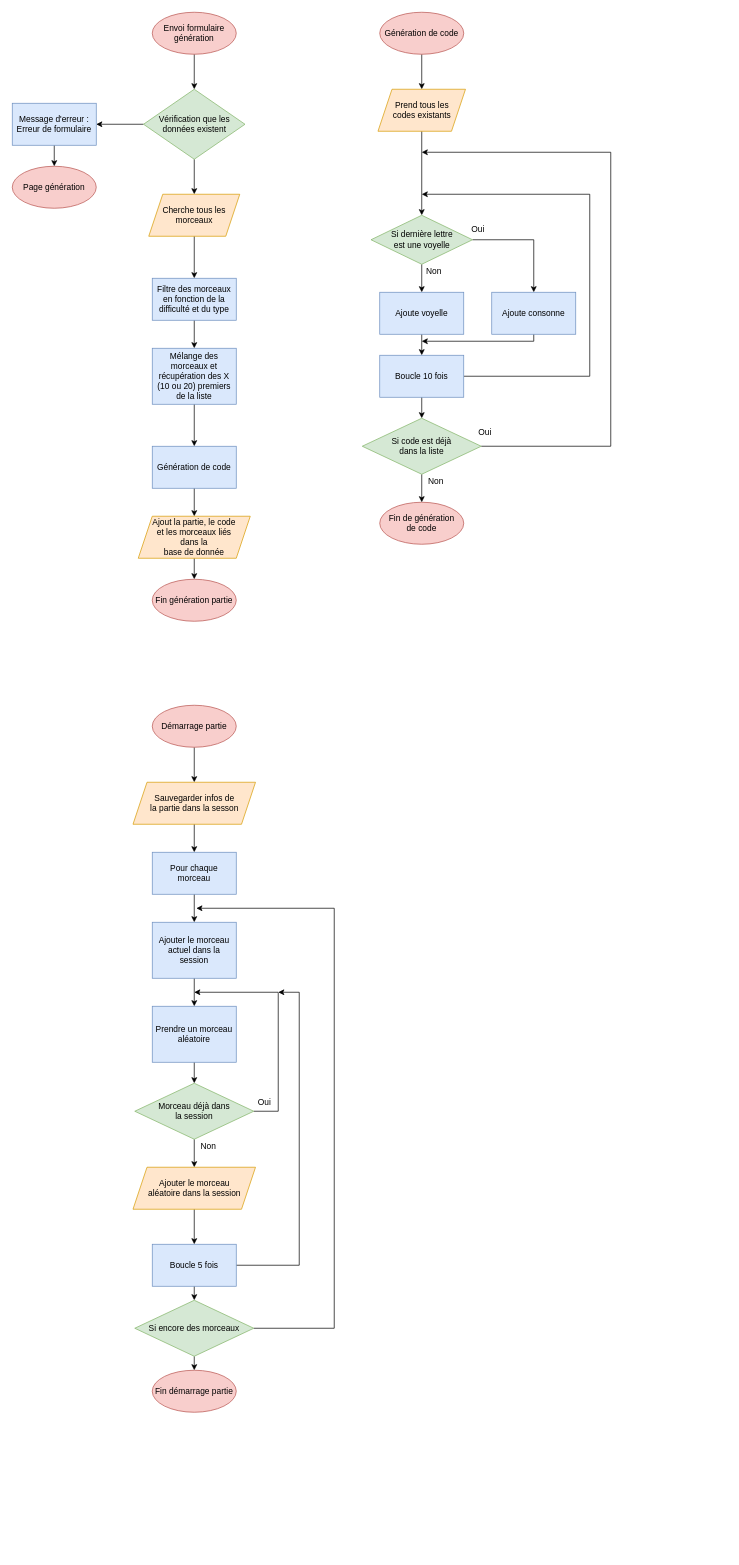
Above: Documents/Diagramme_flux.drawio in Jerome-JJT/SuperBlinder (draw.io), before the change. Source tidied: cells renumbered, new cells numbered last; positions are measured from the earlier drawing's top-left corner, leaving out a move shared by most shapes. Both pictures are drawn from the tidied source at 70%, with x=0, y=0 at pixel (12, 12).
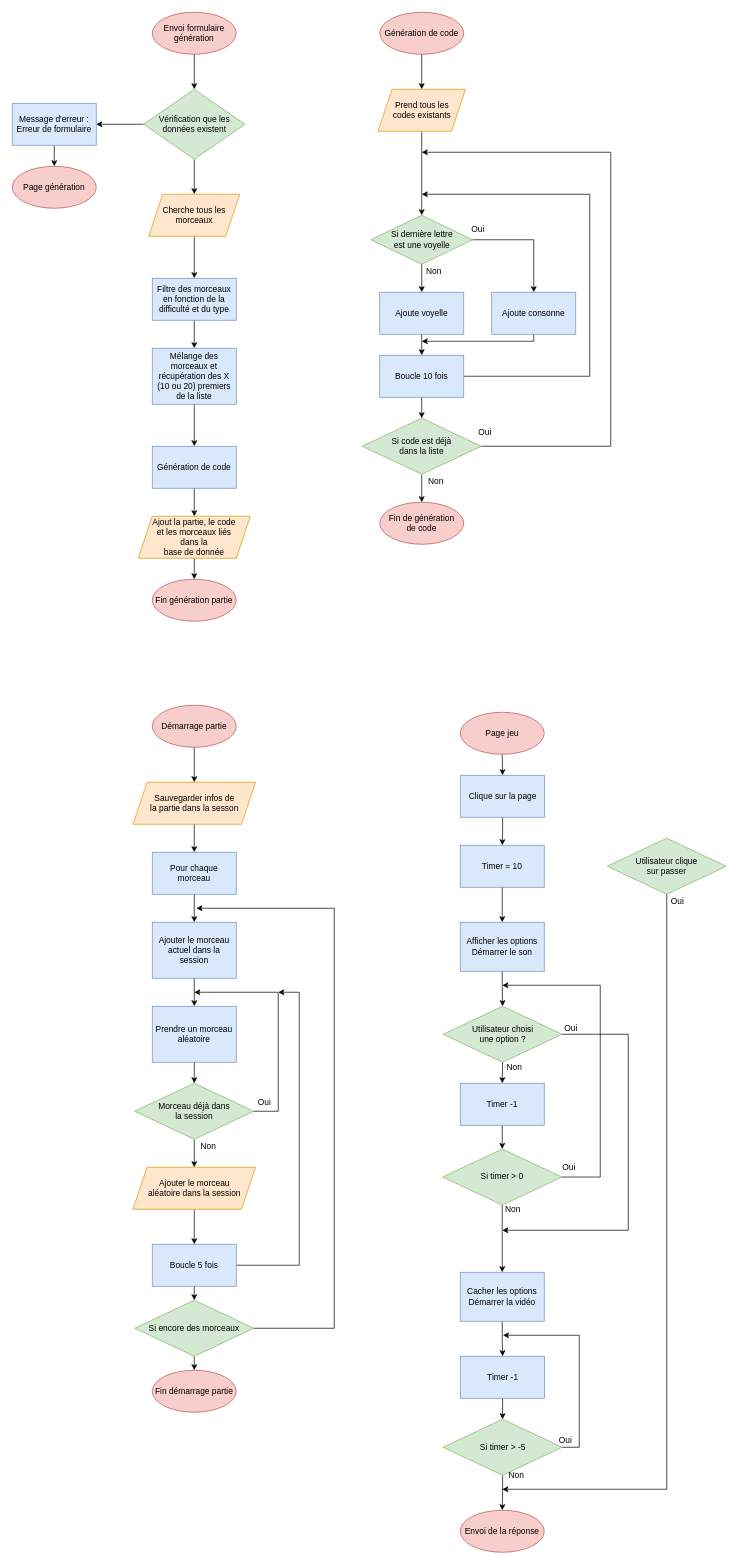
Above is the later version.

Diff of the diagram source:
```diff
@@
+    <mxCell id="67" style="edgeStyle=orthogonalEdgeStyle;rounded=0;jettySize=auto;html=1;exitX=0.5;exitY=1;exitDx=0;exitDy=0;entryX=0.5;entryY=0;entryDx=0;entryDy=0;" parent="1" edge="1" source="68" target="70">
+      <mxGeometry relative="1" as="geometry" />
+    </mxCell>
+    <mxCell id="68" value="Page jeu" style="ellipse;whiteSpace=wrap;html=1;fillColor=#f8cecc;strokeColor=#b85450;" parent="1" vertex="1">
+      <mxGeometry x="640" y="1000" width="120" height="60" as="geometry" />
+    </mxCell>
+    <mxCell id="69" style="edgeStyle=orthogonalEdgeStyle;rounded=0;jettySize=auto;html=1;exitX=0.5;exitY=1;exitDx=0;exitDy=0;entryX=0.5;entryY=0;entryDx=0;entryDy=0;" parent="1" edge="1" source="70" target="72">
+      <mxGeometry relative="1" as="geometry" />
+    </mxCell>
+    <mxCell id="70" value="Clique sur la page" style="rounded=0;whiteSpace=wrap;html=1;fillColor=#dae8fc;strokeColor=#6c8ebf;" parent="1" vertex="1">
+      <mxGeometry x="640.5" y="1090" width="120" height="60" as="geometry" />
+    </mxCell>
+    <mxCell id="71" style="edgeStyle=orthogonalEdgeStyle;rounded=0;jettySize=auto;html=1;exitX=0.5;exitY=1;exitDx=0;exitDy=0;entryX=0.5;entryY=0;entryDx=0;entryDy=0;" parent="1" edge="1" source="72" target="77">
+      <mxGeometry relative="1" as="geometry" />
+    </mxCell>
+    <mxCell id="72" value="Timer = 10" style="rounded=0;whiteSpace=wrap;html=1;fillColor=#dae8fc;strokeColor=#6c8ebf;" parent="1" vertex="1">
+      <mxGeometry x="640" y="1190" width="120" height="60" as="geometry" />
+    </mxCell>
+    <mxCell id="73" value="Envoi de la réponse" style="ellipse;whiteSpace=wrap;html=1;fillColor=#f8cecc;strokeColor=#b85450;" parent="1" vertex="1">
+      <mxGeometry x="640" y="2140" width="120" height="60" as="geometry" />
+    </mxCell>
+    <mxCell id="74" style="edgeStyle=orthogonalEdgeStyle;rounded=0;jettySize=auto;html=1;exitX=0.5;exitY=1;exitDx=0;exitDy=0;entryX=0.5;entryY=0;entryDx=0;entryDy=0;" parent="1" edge="1" source="75" target="83">
+      <mxGeometry relative="1" as="geometry" />
+    </mxCell>
+    <mxCell id="75" value="Timer -1" style="rounded=0;whiteSpace=wrap;html=1;fillColor=#dae8fc;strokeColor=#6c8ebf;" parent="1" vertex="1">
+      <mxGeometry x="640" y="1530" width="120" height="60" as="geometry" />
+    </mxCell>
+    <mxCell id="76" style="edgeStyle=orthogonalEdgeStyle;rounded=0;jettySize=auto;html=1;exitX=0.5;exitY=1;exitDx=0;exitDy=0;entryX=0.5;entryY=0;entryDx=0;entryDy=0;" parent="1" edge="1" source="77" target="80">
+      <mxGeometry relative="1" as="geometry" />
+    </mxCell>
+    <mxCell id="77" value="&lt;div&gt;Afficher les options&lt;/div&gt;&lt;div&gt;Démarrer le son&lt;br&gt;&lt;/div&gt;" style="rounded=0;whiteSpace=wrap;html=1;fillColor=#dae8fc;strokeColor=#6c8ebf;" parent="1" vertex="1">
+      <mxGeometry x="640" y="1300" width="120" height="70" as="geometry" />
+    </mxCell>
+    <mxCell id="78" style="edgeStyle=orthogonalEdgeStyle;rounded=0;jettySize=auto;html=1;exitX=0.5;exitY=1;exitDx=0;exitDy=0;entryX=0.5;entryY=0;entryDx=0;entryDy=0;" parent="1" edge="1" source="80" target="75">
+      <mxGeometry relative="1" as="geometry" />
+    </mxCell>
+    <mxCell id="79" style="edgeStyle=orthogonalEdgeStyle;rounded=0;jettySize=auto;html=1;exitX=1;exitY=0.5;exitDx=0;exitDy=0;" parent="1" edge="1" source="80">
+      <mxGeometry relative="1" as="geometry">
+        <mxPoint x="700" y="1740" as="targetPoint" />
+        <Array as="points">
+          <mxPoint x="880" y="1460" />
+          <mxPoint x="880" y="1740" />
+        </Array>
+      </mxGeometry>
+    </mxCell>
+    <mxCell id="80" value="&lt;div&gt;Utilisateur choisi &lt;br&gt;&lt;/div&gt;&lt;div&gt;une option ?&lt;br&gt;&lt;/div&gt;" style="rhombus;whiteSpace=wrap;html=1;fillColor=#d5e8d4;strokeColor=#82b366;" parent="1" vertex="1">
+      <mxGeometry x="615.5" y="1420" width="170" height="80" as="geometry" />
+    </mxCell>
+    <mxCell id="81" style="edgeStyle=orthogonalEdgeStyle;rounded=0;jettySize=auto;html=1;exitX=1;exitY=0.5;exitDx=0;exitDy=0;" parent="1" edge="1" source="83">
+      <mxGeometry relative="1" as="geometry">
+        <mxPoint x="700" y="1390" as="targetPoint" />
+        <Array as="points">
+          <mxPoint x="840" y="1664" />
+          <mxPoint x="840" y="1390" />
+        </Array>
+      </mxGeometry>
+    </mxCell>
+    <mxCell id="82" style="edgeStyle=orthogonalEdgeStyle;rounded=0;jettySize=auto;html=1;exitX=0.5;exitY=1;exitDx=0;exitDy=0;entryX=0.5;entryY=0;entryDx=0;entryDy=0;" parent="1" edge="1" source="83" target="94">
+      <mxGeometry relative="1" as="geometry" />
+    </mxCell>
+    <mxCell id="83" value="Si timer &amp;gt; 0" style="rhombus;whiteSpace=wrap;html=1;fillColor=#d5e8d4;strokeColor=#82b366;" parent="1" vertex="1">
+      <mxGeometry x="615" y="1624" width="170" height="80" as="geometry" />
+    </mxCell>
+    <mxCell id="84" value="Oui" style="text;html=1;align=center;verticalAlign=middle;strokeColor=none;" parent="1" vertex="1">
+      <mxGeometry x="783" y="1442" width="30" height="20" as="geometry" />
+    </mxCell>
+    <mxCell id="85" value="Non" style="text;html=1;align=center;verticalAlign=middle;strokeColor=none;" parent="1" vertex="1">
+      <mxGeometry x="697" y="1497" width="40" height="20" as="geometry" />
+    </mxCell>
+    <mxCell id="86" value="Oui" style="text;html=1;align=center;verticalAlign=middle;strokeColor=none;" parent="1" vertex="1">
+      <mxGeometry x="780" y="1640" width="30" height="20" as="geometry" />
+    </mxCell>
+    <mxCell id="87" value="Non" style="text;html=1;align=center;verticalAlign=middle;strokeColor=none;" parent="1" vertex="1">
+      <mxGeometry x="695" y="1701" width="40" height="20" as="geometry" />
+    </mxCell>
+    <mxCell id="88" style="edgeStyle=orthogonalEdgeStyle;rounded=0;jettySize=auto;html=1;exitX=1;exitY=0.5;exitDx=0;exitDy=0;" parent="1" edge="1" source="90">
+      <mxGeometry relative="1" as="geometry">
+        <mxPoint x="701" y="1890" as="targetPoint" />
+        <Array as="points">
+          <mxPoint x="810" y="2050" />
+          <mxPoint x="810" y="1890" />
+        </Array>
+      </mxGeometry>
+    </mxCell>
+    <mxCell id="89" style="edgeStyle=orthogonalEdgeStyle;rounded=0;jettySize=auto;html=1;exitX=0.5;exitY=1;exitDx=0;exitDy=0;entryX=0.5;entryY=0;entryDx=0;entryDy=0;" parent="1" edge="1" source="90" target="73">
+      <mxGeometry relative="1" as="geometry" />
+    </mxCell>
+    <mxCell id="90" value="Si timer &amp;gt; -5" style="rhombus;whiteSpace=wrap;html=1;fillColor=#d5e8d4;strokeColor=#82b366;" parent="1" vertex="1">
+      <mxGeometry x="615.5" y="2010" width="170" height="80" as="geometry" />
+    </mxCell>
+    <mxCell id="91" style="edgeStyle=orthogonalEdgeStyle;rounded=0;jettySize=auto;html=1;exitX=0.5;exitY=1;exitDx=0;exitDy=0;entryX=0.5;entryY=0;entryDx=0;entryDy=0;" parent="1" edge="1" source="92" target="90">
+      <mxGeometry relative="1" as="geometry" />
+    </mxCell>
+    <mxCell id="92" value="Timer -1" style="rounded=0;whiteSpace=wrap;html=1;fillColor=#dae8fc;strokeColor=#6c8ebf;" parent="1" vertex="1">
+      <mxGeometry x="640.5" y="1920" width="120" height="60" as="geometry" />
+    </mxCell>
+    <mxCell id="93" style="edgeStyle=orthogonalEdgeStyle;rounded=0;jettySize=auto;html=1;exitX=0.5;exitY=1;exitDx=0;exitDy=0;entryX=0.5;entryY=0;entryDx=0;entryDy=0;" parent="1" edge="1" source="94" target="92">
+      <mxGeometry relative="1" as="geometry" />
+    </mxCell>
+    <mxCell id="94" value="&lt;div&gt;Cacher les options&lt;/div&gt;&lt;div&gt;Démarrer la vidéo&lt;br&gt;&lt;/div&gt;" style="rounded=0;whiteSpace=wrap;html=1;fillColor=#dae8fc;strokeColor=#6c8ebf;" parent="1" vertex="1">
+      <mxGeometry x="640" y="1800" width="120" height="70" as="geometry" />
+    </mxCell>
+    <mxCell id="95" style="edgeStyle=orthogonalEdgeStyle;rounded=0;jettySize=auto;html=1;exitX=0.5;exitY=1;exitDx=0;exitDy=0;" parent="1" edge="1" source="96">
+      <mxGeometry relative="1" as="geometry">
+        <mxPoint x="700" y="2110" as="targetPoint" />
+        <Array as="points">
+          <mxPoint x="935" y="2110" />
+        </Array>
+      </mxGeometry>
+    </mxCell>
+    <mxCell id="96" value="&lt;div&gt;Utilisateur clique &lt;br&gt;&lt;/div&gt;&lt;div&gt;sur passer&lt;/div&gt;" style="rhombus;whiteSpace=wrap;html=1;fillColor=#d5e8d4;strokeColor=#82b366;" parent="1" vertex="1">
+      <mxGeometry x="850" y="1180" width="170" height="80" as="geometry" />
+    </mxCell>
+    <mxCell id="97" value="Oui" style="text;html=1;align=center;verticalAlign=middle;strokeColor=none;" parent="1" vertex="1">
+      <mxGeometry x="775" y="2030" width="30" height="20" as="geometry" />
+    </mxCell>
+    <mxCell id="98" value="Non" style="text;html=1;align=center;verticalAlign=middle;strokeColor=none;" parent="1" vertex="1">
+      <mxGeometry x="700" y="2080" width="40" height="20" as="geometry" />
+    </mxCell>
+    <mxCell id="99" value="Oui" style="text;html=1;align=center;verticalAlign=middle;strokeColor=none;" parent="1" vertex="1">
+      <mxGeometry x="935" y="1260" width="30" height="20" as="geometry" />
+    </mxCell>
```
